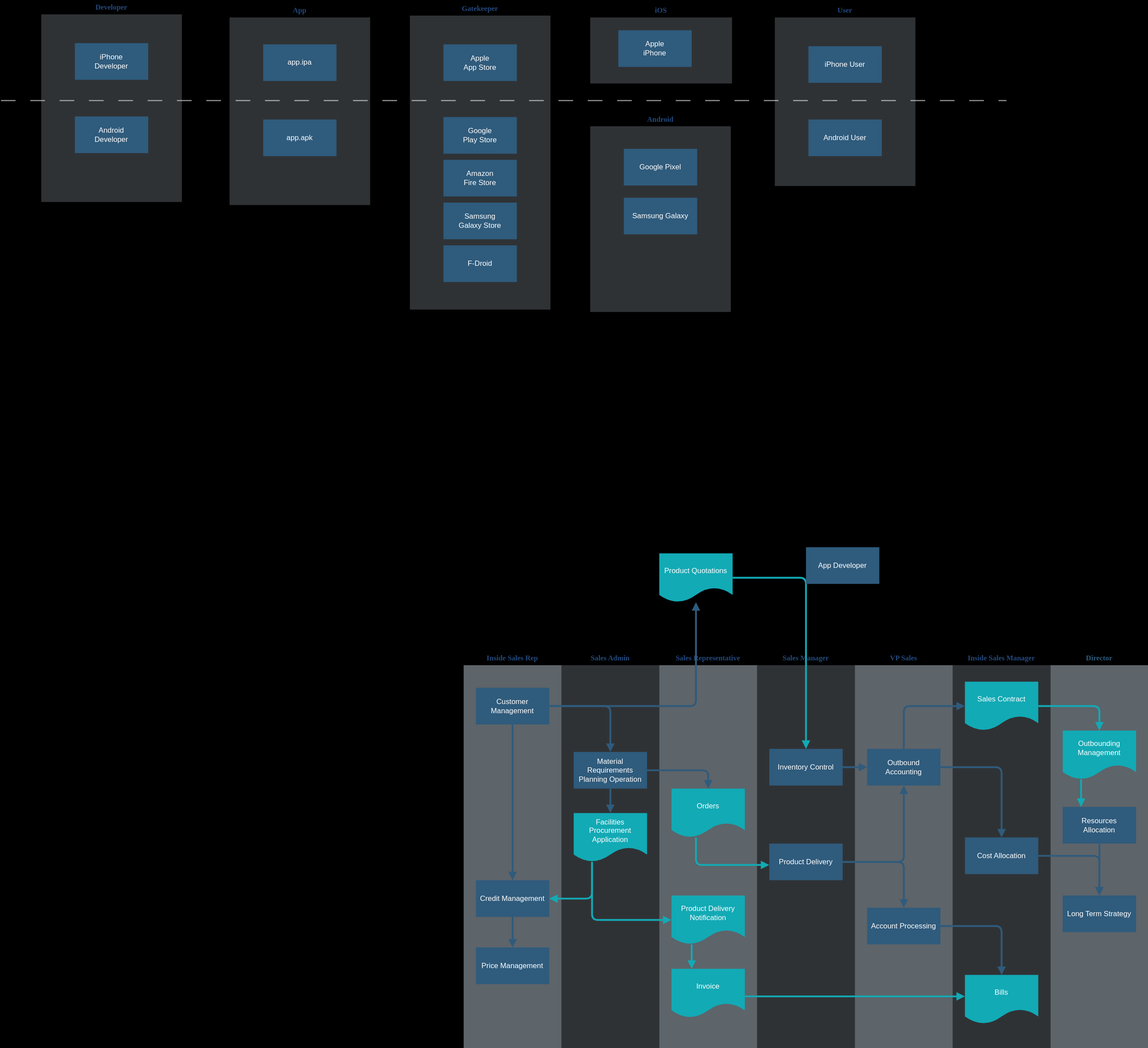
This is app-dist.drawio.svg from appfair/appstore-tilt, a draw.io export, as it was before one commit. Source tidied: cells renumbered, new cells last; positions are measured from the earlier drawing's top-left corner, leaving out a move shared by most shapes.
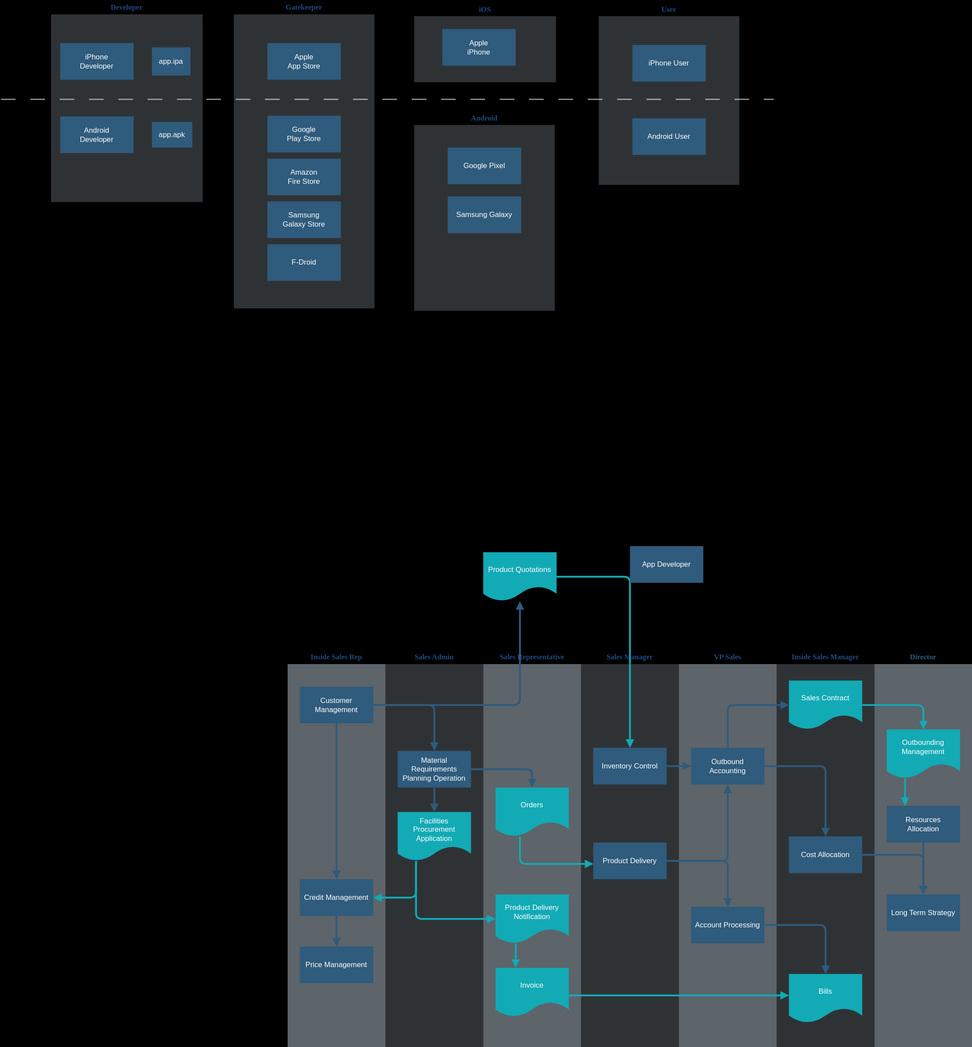
Later version of the same file.

Diff of the diagram source:
```diff
@@ -200,15 +200,6 @@
     <mxCell id="60" value="Samsung Galaxy" style="whiteSpace=wrap;shadow=0;fontColor=#FFFFFF;fontFamily=Helvetica;fontStyle=0;html=1;fontSize=12;plain-purple;strokeColor=none;fillColor=#2f5b7c;gradientColor=none;spacing=6;verticalAlign=middle;" parent="58" vertex="1">
       <mxGeometry x="55" y="140" width="120" height="60" as="geometry" />
     </mxCell>
-    <mxCell id="61" value="&lt;font color=&quot;#23497d&quot;&gt;App&lt;/font&gt;" style="swimlane;whiteSpace=wrap;fillColor=none;swimlaneFillColor=#BAC8D3;fontColor=#2F5B7C;fontFamily=Tahoma;html=1;strokeColor=none;opacity=25;startSize=23;" parent="1" vertex="1">
-      <mxGeometry x="374" y="5" width="230" height="330" as="geometry" />
-    </mxCell>
-    <mxCell id="62" value="app.ipa" style="whiteSpace=wrap;shadow=0;fontColor=#FFFFFF;fontFamily=Helvetica;fontStyle=0;html=1;fontSize=12;plain-purple;strokeColor=none;fillColor=#2f5b7c;gradientColor=none;spacing=6;verticalAlign=middle;" parent="61" vertex="1">
-      <mxGeometry x="55" y="67" width="120" height="60" as="geometry" />
-    </mxCell>
-    <mxCell id="63" value="app.apk" style="whiteSpace=wrap;shadow=0;fontColor=#FFFFFF;fontFamily=Helvetica;fontStyle=0;html=1;fontSize=12;plain-purple;strokeColor=none;fillColor=#2f5b7c;gradientColor=none;spacing=6;verticalAlign=middle;" parent="61" vertex="1">
-      <mxGeometry x="55" y="190" width="120" height="60" as="geometry" />
-    </mxCell>
     <mxCell id="64" value="&lt;font color=&quot;#23497d&quot;&gt;User&lt;/font&gt;" style="swimlane;whiteSpace=wrap;fillColor=none;swimlaneFillColor=#BAC8D3;fontColor=#2F5B7C;fontFamily=Tahoma;html=1;strokeColor=none;opacity=25;startSize=23;" parent="1" vertex="1">
       <mxGeometry x="1266" y="5" width="230" height="299" as="geometry" />
     </mxCell>
@@ -223,18 +214,24 @@
     </mxCell>
     <mxCell id="68" style="edgeStyle=none;orthogonalLoop=1;jettySize=auto;html=1;rounded=0;curved=0;strokeWidth=2;strokeColor=#E3E3E3;dashed=1;dashPattern=12 12;jumpSize=4;opacity=60;endArrow=none;endFill=0;" parent="1" edge="1">
       <mxGeometry relative="1" as="geometry">
-        <mxPoint y="164" as="sourcePoint" />
-        <mxPoint x="1645" y="164" as="targetPoint" />
+        <mxPoint x="288" y="164" as="sourcePoint" />
+        <mxPoint x="1552" y="164" as="targetPoint" />
       </mxGeometry>
     </mxCell>
     <mxCell id="69" value="&lt;font color=&quot;#23497d&quot;&gt;Developer&lt;/font&gt;" style="swimlane;whiteSpace=wrap;fillColor=none;swimlaneFillColor=#BAC8D3;fontColor=#2F5B7C;fontFamily=Tahoma;html=1;strokeColor=none;opacity=25;startSize=23;" parent="1" vertex="1">
-      <mxGeometry x="66" width="230" height="330" as="geometry" />
+      <mxGeometry x="370" y="2" width="248" height="330" as="geometry" />
     </mxCell>
     <mxCell id="70" value="iPhone&lt;br&gt;Developer" style="whiteSpace=wrap;shadow=0;fontColor=#FFFFFF;fontFamily=Helvetica;fontStyle=0;html=1;fontSize=12;plain-purple;strokeColor=none;fillColor=#2f5b7c;gradientColor=none;spacing=6;verticalAlign=middle;" parent="69" vertex="1">
-      <mxGeometry x="55" y="70" width="120" height="60" as="geometry" />
+      <mxGeometry x="15" y="70" width="120" height="60" as="geometry" />
     </mxCell>
     <mxCell id="71" value="Android&lt;br&gt;Developer" style="whiteSpace=wrap;shadow=0;fontColor=#FFFFFF;fontFamily=Helvetica;fontStyle=0;html=1;fontSize=12;plain-purple;strokeColor=none;fillColor=#2f5b7c;gradientColor=none;spacing=6;verticalAlign=middle;" parent="69" vertex="1">
-      <mxGeometry x="55" y="190" width="120" height="60" as="geometry" />
+      <mxGeometry x="15" y="190" width="120" height="60" as="geometry" />
     </mxCell>
+    <mxCell id="62" value="app.ipa" style="whiteSpace=wrap;shadow=0;fontColor=#FFFFFF;fontFamily=Helvetica;fontStyle=0;html=1;fontSize=12;plain-purple;strokeColor=none;fillColor=#2f5b7c;gradientColor=none;spacing=6;verticalAlign=middle;" parent="69" vertex="1">
+      <mxGeometry x="165" y="77" width="63" height="46" as="geometry" />
+    </mxCell>
+    <mxCell id="63" value="app.apk" style="whiteSpace=wrap;shadow=0;fontColor=#FFFFFF;fontFamily=Helvetica;fontStyle=0;html=1;fontSize=12;plain-purple;strokeColor=none;fillColor=#2f5b7c;gradientColor=none;spacing=6;verticalAlign=middle;" parent="69" vertex="1">
+      <mxGeometry x="165" y="199" width="66" height="42" as="geometry" />
+    </mxCell>
   </root>
 </mxGraphModel>
```
